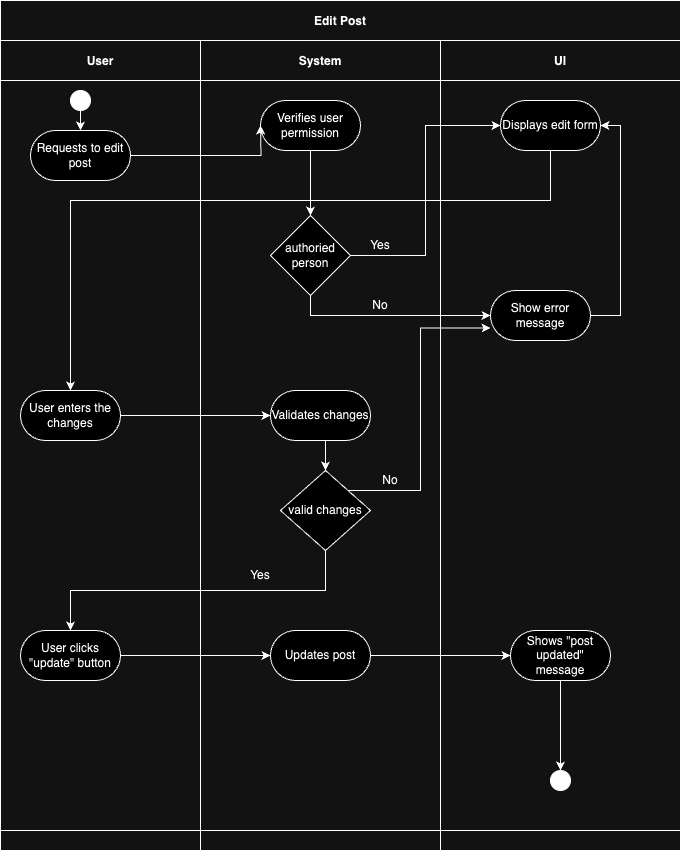
This is Assets/Edit post drawio.drawio.png from millisom/GluGuide, a draw.io export, as it was before one commit. Source tidied: cells renumbered, new cells last; positions are measured from the earlier drawing's top-left corner, leaving out a move shared by most shapes.
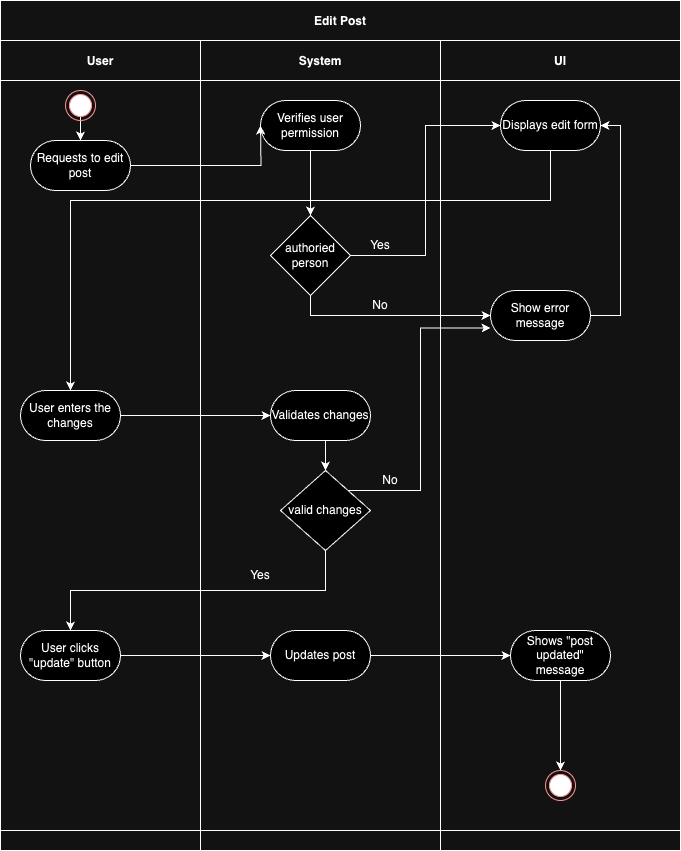
The same file after the commit.

Change to the diagram source:
```diff
@@ -12,7 +12,7 @@
       <mxGeometry width="200" height="790" as="geometry" />
     </mxCell>
     <mxCell id="5" value="Requests to edit post" style="rounded=1;whiteSpace=wrap;html=1;arcSize=50;" parent="4" vertex="1">
-      <mxGeometry x="30" y="90" width="100" height="50" as="geometry" />
+      <mxGeometry x="30" y="100" width="100" height="50" as="geometry" />
     </mxCell>
     <mxCell id="6" value="User enters the changes" style="rounded=1;whiteSpace=wrap;html=1;arcSize=50;" parent="4" vertex="1">
       <mxGeometry x="20" y="350" width="100" height="50" as="geometry" />
@@ -20,12 +20,14 @@
     <mxCell id="7" value="User clicks &quot;update&quot; button" style="rounded=1;whiteSpace=wrap;html=1;arcSize=50;" parent="4" vertex="1">
       <mxGeometry x="20" y="590" width="100" height="50" as="geometry" />
     </mxCell>
-    <mxCell id="8" style="edgeStyle=orthogonalEdgeStyle;rounded=0;jettySize=auto;html=1;exitX=0.5;exitY=1;exitDx=0;exitDy=0;entryX=0.5;entryY=0;entryDx=0;entryDy=0;" parent="4" edge="1" source="9" target="5">
-      <mxGeometry relative="1" as="geometry" />
+    <mxCell id="8" style="edgeStyle=orthogonalEdgeStyle;rounded=0;jettySize=auto;html=1;exitX=0.5;exitY=1;exitDx=0;exitDy=0;entryX=0.5;entryY=0;entryDx=0;entryDy=0;" parent="4" edge="1" target="5">
+      <mxGeometry relative="1" as="geometry">
+        <mxPoint x="80" y="70" as="sourcePoint" />
+      </mxGeometry>
     </mxCell>
-    <mxCell id="9" style="ellipse;whiteSpace=wrap;html=1;fillColor=#000000;" parent="4" vertex="1">
-      <mxGeometry x="70" y="50" width="20" height="20" as="geometry" />
-    </mxCell>
+    <mxCell id="42" style="ellipse;html=1;shape=endState;fillColor=#000000;strokeColor=#ff0000;" parent="4" vertex="1">
+      <mxGeometry x="65" y="50" width="30" height="30" as="geometry" />
+    </mxCell>
     <mxCell id="10" value="System" style="swimlane;swimlaneHead=0;swimlaneBody=0;fillColor=none;startSize=40;fontStyle=1;" parent="3" vertex="1">
       <mxGeometry x="200" width="240" height="790" as="geometry" />
     </mxCell>
@@ -74,15 +76,17 @@
     <mxCell id="25" value="Shows &quot;post updated&quot; message" style="rounded=1;whiteSpace=wrap;html=1;arcSize=50;" parent="22" vertex="1">
       <mxGeometry x="70" y="590" width="100" height="50" as="geometry" />
     </mxCell>
-    <mxCell id="26" style="edgeStyle=orthogonalEdgeStyle;rounded=0;jettySize=auto;html=1;exitX=0.5;exitY=1;exitDx=0;exitDy=0;" parent="22" edge="1" source="25" target="27">
-      <mxGeometry relative="1" as="geometry" />
+    <mxCell id="26" style="edgeStyle=orthogonalEdgeStyle;rounded=0;jettySize=auto;html=1;exitX=0.5;exitY=1;exitDx=0;exitDy=0;" parent="22" edge="1" source="25">
+      <mxGeometry relative="1" as="geometry">
+        <mxPoint x="120" y="730" as="targetPoint" />
+      </mxGeometry>
     </mxCell>
-    <mxCell id="27" style="ellipse;whiteSpace=wrap;html=1;fillColor=#000000;" parent="22" vertex="1">
-      <mxGeometry x="110" y="730" width="20" height="20" as="geometry" />
-    </mxCell>
     <mxCell id="28" value="Displays edit form" style="rounded=1;whiteSpace=wrap;html=1;arcSize=50;" parent="22" vertex="1">
       <mxGeometry x="60" y="60" width="100" height="50" as="geometry" />
     </mxCell>
+    <mxCell id="43" style="ellipse;html=1;shape=endState;fillColor=#000000;strokeColor=#ff0000;" parent="22" vertex="1">
+      <mxGeometry x="105" y="730" width="30" height="30" as="geometry" />
+    </mxCell>
     <mxCell id="29" style="edgeStyle=orthogonalEdgeStyle;rounded=0;jettySize=auto;html=1;entryX=0;entryY=0.5;entryDx=0;entryDy=0;" parent="3" edge="1" source="5">
       <mxGeometry relative="1" as="geometry">
         <mxPoint x="260" y="85" as="targetPoint" />
```
